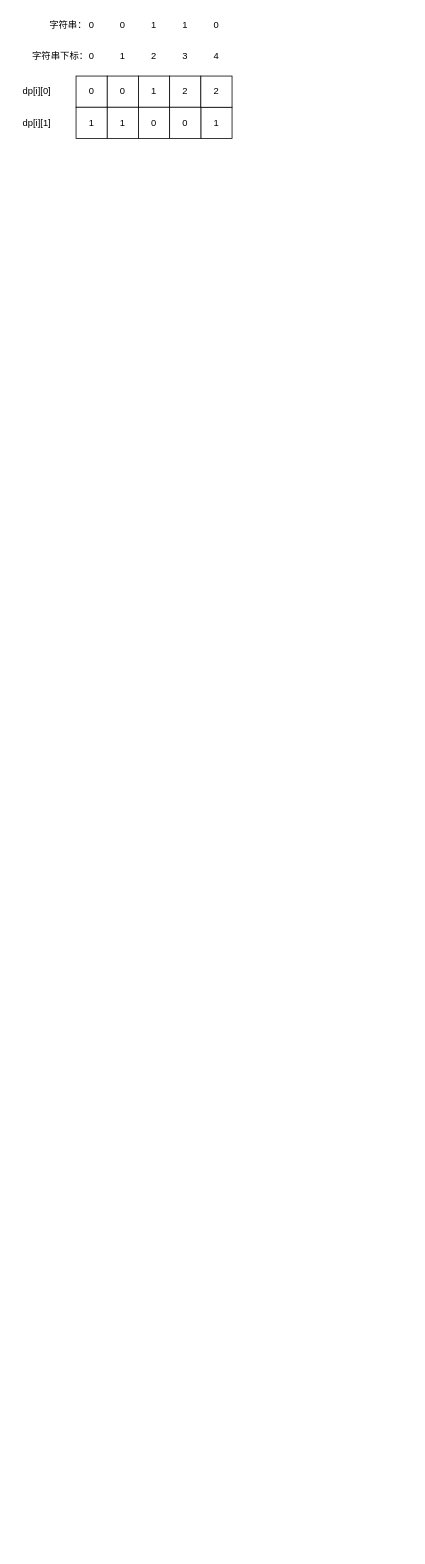
Earlier version of the draw.io diagram 日常.drawio (QjMITU/drawio). Source tidied: cells renumbered, new cells numbered last; positions are measured from the earlier drawing's top-left corner, leaving out a move shared by most shapes. Both pictures are drawn from the tidied source at 78%, with x=0, y=0 at pixel (13, 13).
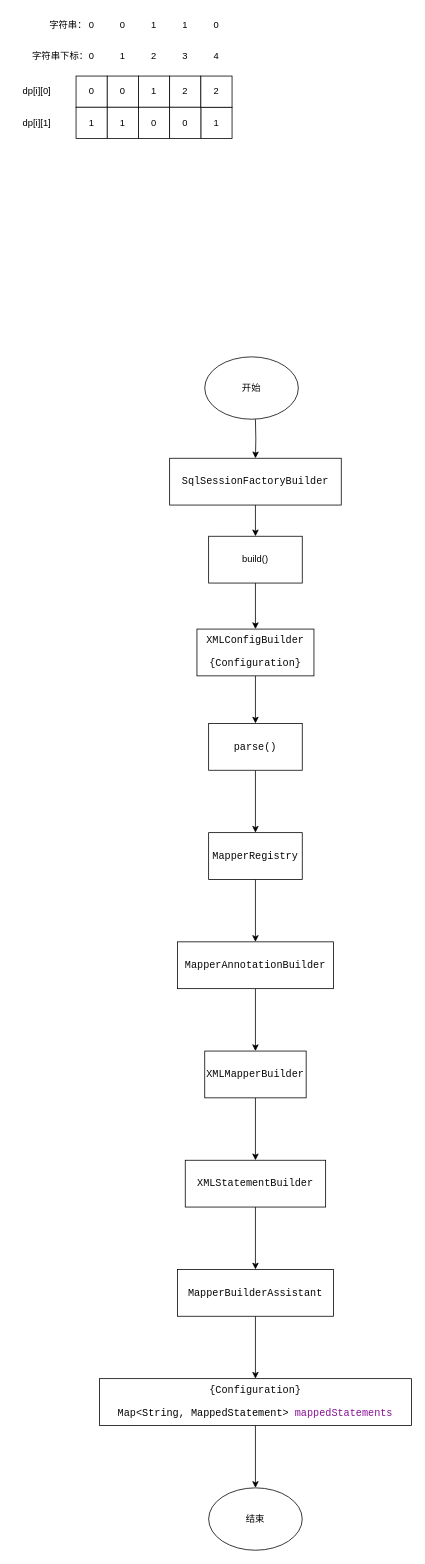
The same diagram, later.

The edit, as a diff of the source:
```diff
@@
+    <mxCell id="26" style="edgeStyle=orthogonalEdgeStyle;rounded=0;jettySize=auto;html=1;" parent="1" edge="1" target="28">
+      <mxGeometry relative="1" as="geometry">
+        <mxPoint x="310" y="520" as="sourcePoint" />
+      </mxGeometry>
+    </mxCell>
+    <mxCell id="27" style="edgeStyle=orthogonalEdgeStyle;rounded=0;jettySize=auto;html=1;" parent="1" edge="1" source="28" target="30">
+      <mxGeometry relative="1" as="geometry" />
+    </mxCell>
+    <mxCell id="28" value="&lt;div style=&quot;background-color:#ffffff;color:#080808&quot;&gt;&lt;pre style=&quot;font-family:'JetBrains Mono',monospace;font-size:9.8pt;&quot;&gt;SqlSessionFactoryBuilder&lt;/pre&gt;&lt;/div&gt;" style="whiteSpace=wrap;html=1;" parent="1" vertex="1">
+      <mxGeometry x="200" y="570" width="220" height="60" as="geometry" />
+    </mxCell>
+    <mxCell id="29" style="edgeStyle=orthogonalEdgeStyle;rounded=0;jettySize=auto;html=1;" parent="1" edge="1" source="30" target="32">
+      <mxGeometry relative="1" as="geometry" />
+    </mxCell>
+    <mxCell id="30" value="build()" style="whiteSpace=wrap;html=1;" parent="1" vertex="1">
+      <mxGeometry x="250" y="670" width="120" height="60" as="geometry" />
+    </mxCell>
+    <mxCell id="31" style="edgeStyle=orthogonalEdgeStyle;rounded=0;jettySize=auto;html=1;" parent="1" edge="1" source="32" target="34">
+      <mxGeometry relative="1" as="geometry" />
+    </mxCell>
+    <mxCell id="32" value="&lt;div style=&quot;background-color:#ffffff;color:#080808&quot;&gt;&lt;pre style=&quot;font-family:'JetBrains Mono',monospace;font-size:9.8pt;&quot;&gt;XMLConfigBuilder&lt;/pre&gt;&lt;pre style=&quot;font-family:'JetBrains Mono',monospace;font-size:9.8pt;&quot;&gt;{Configuration}&lt;/pre&gt;&lt;/div&gt;" style="whiteSpace=wrap;html=1;" parent="1" vertex="1">
+      <mxGeometry x="235" y="789" width="150" height="60" as="geometry" />
+    </mxCell>
+    <mxCell id="33" style="edgeStyle=orthogonalEdgeStyle;rounded=0;jettySize=auto;html=1;" parent="1" edge="1" source="34" target="36">
+      <mxGeometry relative="1" as="geometry" />
+    </mxCell>
+    <mxCell id="34" value="&lt;div style=&quot;background-color:#ffffff;color:#080808&quot;&gt;&lt;pre style=&quot;font-family:'JetBrains Mono',monospace;font-size:9.8pt;&quot;&gt;parse()&lt;/pre&gt;&lt;/div&gt;" style="whiteSpace=wrap;html=1;" parent="1" vertex="1">
+      <mxGeometry x="250" y="910" width="120" height="60" as="geometry" />
+    </mxCell>
+    <mxCell id="35" style="edgeStyle=orthogonalEdgeStyle;rounded=0;jettySize=auto;html=1;" parent="1" edge="1" source="36" target="38">
+      <mxGeometry relative="1" as="geometry" />
+    </mxCell>
+    <mxCell id="36" value="&lt;div style=&quot;background-color:#ffffff;color:#080808&quot;&gt;&lt;pre style=&quot;font-family:'JetBrains Mono',monospace;font-size:9.8pt;&quot;&gt;MapperRegistry&lt;/pre&gt;&lt;/div&gt;" style="whiteSpace=wrap;html=1;" parent="1" vertex="1">
+      <mxGeometry x="250" y="1050" width="120" height="60" as="geometry" />
+    </mxCell>
+    <mxCell id="37" style="edgeStyle=orthogonalEdgeStyle;rounded=0;jettySize=auto;html=1;" parent="1" edge="1" source="38" target="40">
+      <mxGeometry relative="1" as="geometry" />
+    </mxCell>
+    <mxCell id="38" value="&lt;div style=&quot;background-color:#ffffff;color:#080808&quot;&gt;&lt;pre style=&quot;font-family:'JetBrains Mono',monospace;font-size:9.8pt;&quot;&gt;MapperAnnotationBuilder&lt;/pre&gt;&lt;/div&gt;" style="whiteSpace=wrap;html=1;" parent="1" vertex="1">
+      <mxGeometry x="210" y="1190" width="200" height="60" as="geometry" />
+    </mxCell>
+    <mxCell id="39" style="edgeStyle=orthogonalEdgeStyle;rounded=0;jettySize=auto;html=1;" parent="1" edge="1" source="40" target="42">
+      <mxGeometry relative="1" as="geometry" />
+    </mxCell>
+    <mxCell id="40" value="&lt;div style=&quot;background-color:#ffffff;color:#080808&quot;&gt;&lt;pre style=&quot;font-family:'JetBrains Mono',monospace;font-size:9.8pt;&quot;&gt;XMLMapperBuilder&lt;/pre&gt;&lt;/div&gt;" style="whiteSpace=wrap;html=1;" parent="1" vertex="1">
+      <mxGeometry x="245" y="1330" width="130" height="60" as="geometry" />
+    </mxCell>
+    <mxCell id="41" style="edgeStyle=orthogonalEdgeStyle;rounded=0;jettySize=auto;html=1;" parent="1" edge="1" source="42" target="45">
+      <mxGeometry relative="1" as="geometry" />
+    </mxCell>
+    <mxCell id="42" value="&lt;div style=&quot;background-color:#ffffff;color:#080808&quot;&gt;&lt;pre style=&quot;font-family:'JetBrains Mono',monospace;font-size:9.8pt;&quot;&gt;XMLStatementBuilder&lt;/pre&gt;&lt;/div&gt;" style="whiteSpace=wrap;html=1;" parent="1" vertex="1">
+      <mxGeometry x="220" y="1470" width="180" height="60" as="geometry" />
+    </mxCell>
+    <mxCell id="43" value="开始" style="ellipse;whiteSpace=wrap;html=1;" parent="1" vertex="1">
+      <mxGeometry x="245" y="440" width="120" height="80" as="geometry" />
+    </mxCell>
+    <mxCell id="44" style="edgeStyle=orthogonalEdgeStyle;rounded=0;jettySize=auto;html=1;" parent="1" edge="1" source="45" target="47">
+      <mxGeometry relative="1" as="geometry" />
+    </mxCell>
+    <mxCell id="45" value="&lt;div style=&quot;background-color:#ffffff;color:#080808&quot;&gt;&lt;pre style=&quot;font-family:'JetBrains Mono',monospace;font-size:9.8pt;&quot;&gt;MapperBuilderAssistant&lt;/pre&gt;&lt;/div&gt;" style="whiteSpace=wrap;html=1;" parent="1" vertex="1">
+      <mxGeometry x="210" y="1610" width="200" height="60" as="geometry" />
+    </mxCell>
+    <mxCell id="46" style="edgeStyle=orthogonalEdgeStyle;rounded=0;jettySize=auto;html=1;exitX=0.5;exitY=1;exitDx=0;exitDy=0;entryX=0.5;entryY=0;entryDx=0;entryDy=0;" parent="1" edge="1" source="47" target="48">
+      <mxGeometry relative="1" as="geometry" />
+    </mxCell>
+    <mxCell id="47" value="&lt;div style=&quot;background-color:#ffffff;color:#080808&quot;&gt;&lt;pre style=&quot;font-family:'JetBrains Mono',monospace;font-size:9.8pt;&quot;&gt;&lt;pre style=&quot;border-color: var(--border-color); font-family: &amp;quot;JetBrains Mono&amp;quot;, monospace; font-size: 9.8pt;&quot;&gt;{Configuration}&lt;/pre&gt;&lt;/pre&gt;&lt;pre style=&quot;font-family:'JetBrains Mono',monospace;font-size:9.8pt;&quot;&gt;Map&amp;lt;&lt;span style=&quot;color:#000000;&quot;&gt;String&lt;/span&gt;, &lt;span style=&quot;color:#000000;&quot;&gt;MappedStatement&lt;/span&gt;&amp;gt; &lt;span style=&quot;color:#871094;&quot;&gt;mappedStatements&lt;/span&gt;&lt;/pre&gt;&lt;/div&gt;" style="whiteSpace=wrap;html=1;" parent="1" vertex="1">
+      <mxGeometry x="110" y="1750" width="400" height="60" as="geometry" />
+    </mxCell>
+    <mxCell id="48" value="结束" style="ellipse;whiteSpace=wrap;html=1;" parent="1" vertex="1">
+      <mxGeometry x="250" y="1890" width="120" height="80" as="geometry" />
+    </mxCell>
```
